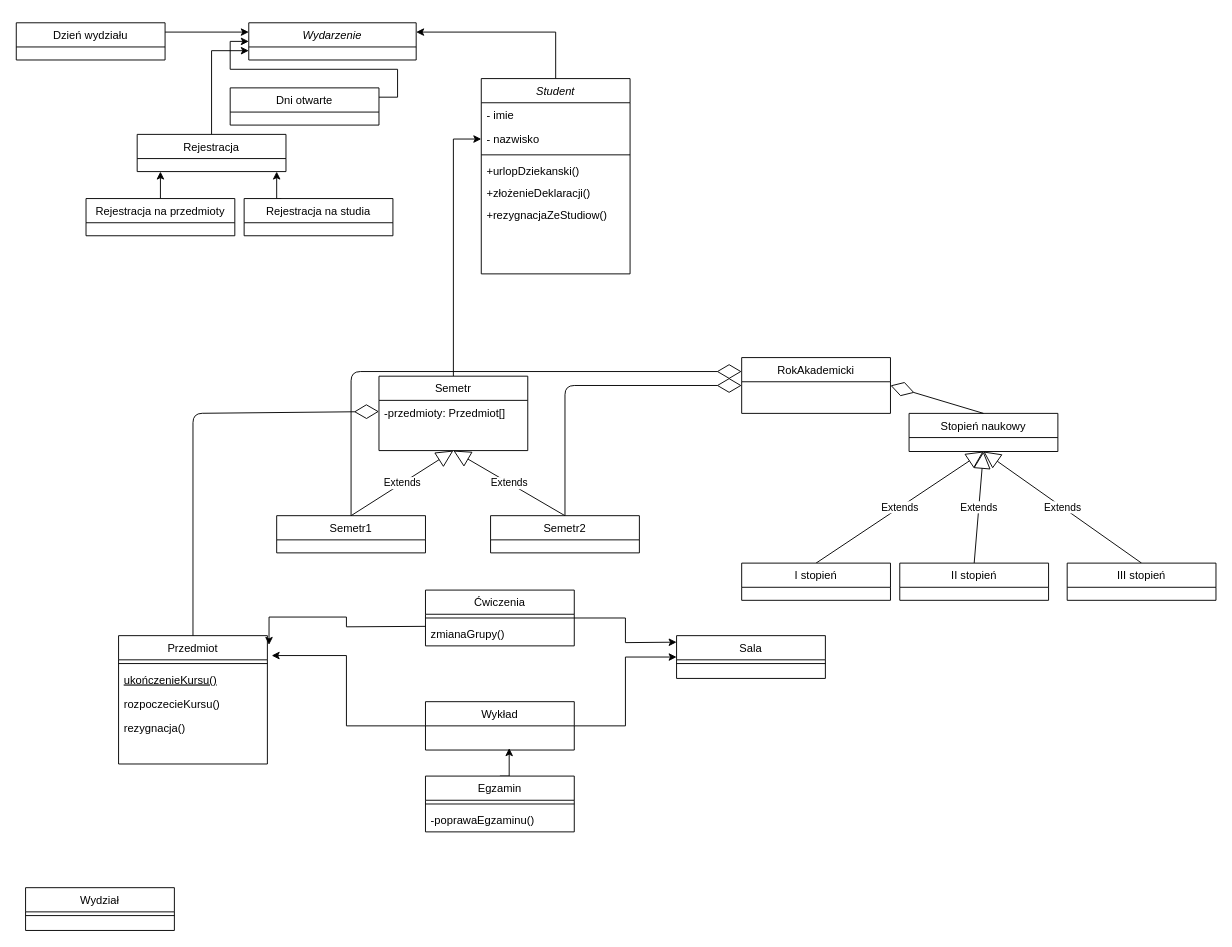
This is Diagram.drawio from nkwasniak/diagrams, a draw.io file, before an edit. Source tidied: cells renumbered, new cells numbered last; positions are measured from the earlier drawing's top-left corner, leaving out a move shared by most shapes. Both pictures are drawn from the tidied source at 93%, with x=0, y=0 at pixel (16, 22).
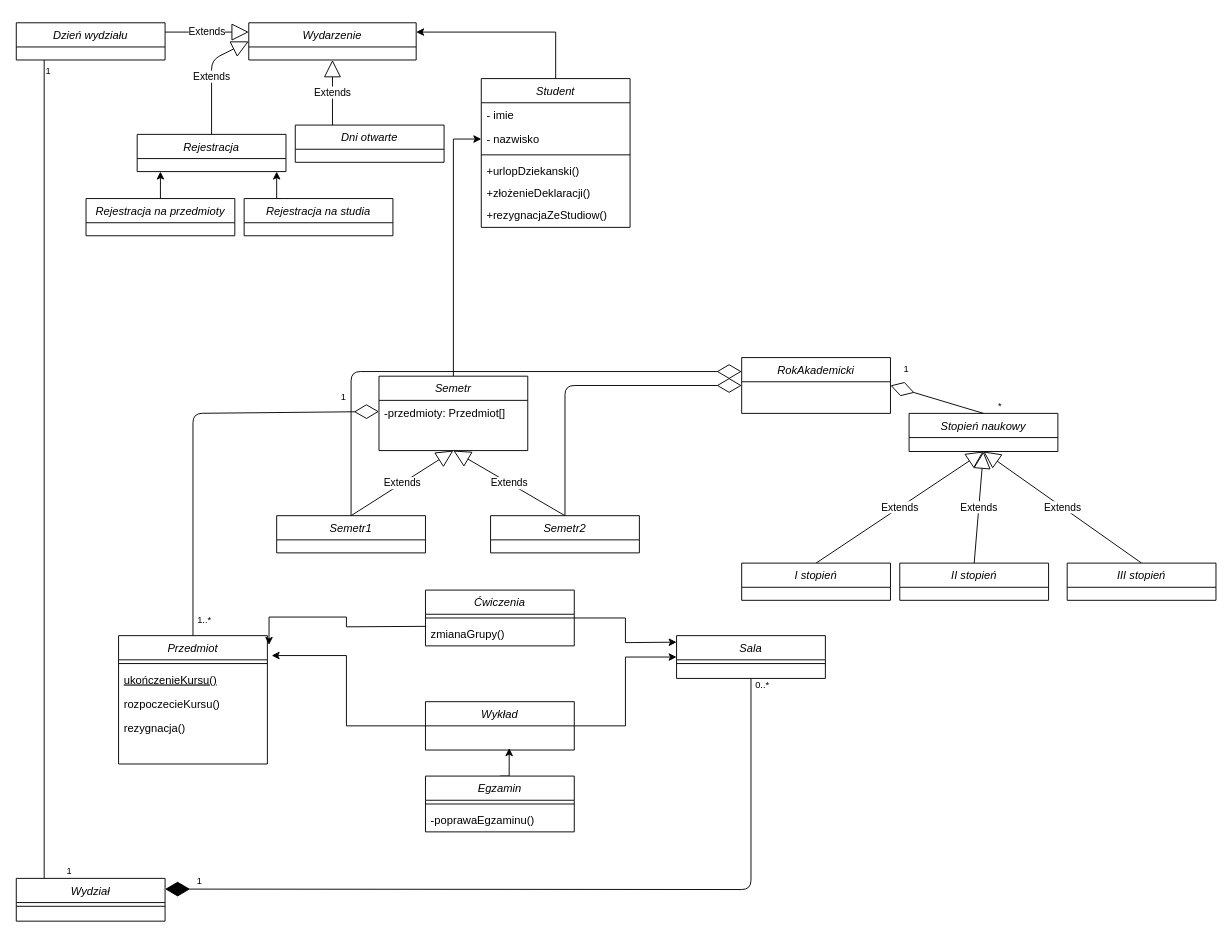
After the change.

The change refers to these unchanged cells:
```xml
<mxCell id="7" value="Wydarzenie" style="swimlane;fontStyle=2;align=center;verticalAlign=top;horizontal=1;startSize=26;rounded=0;shadow=0;strokeWidth=1;" parent="1" vertex="1">
  <mxGeometry x="250" width="180" height="40" as="geometry" />
</mxCell>
```

The edit, as a diff of the source:
```diff
@@
-    <mxCell id="9" value="Semetr" style="swimlane;fontStyle=0;align=center;verticalAlign=top;horizontal=1;startSize=26;rounded=0;shadow=0;strokeWidth=1;" parent="1" vertex="1">
+    <mxCell id="9" value="Semetr" style="swimlane;fontStyle=2;align=center;verticalAlign=top;horizontal=1;startSize=26;rounded=0;shadow=0;strokeWidth=1;" parent="1" vertex="1">
       <mxGeometry x="390" y="380" width="160" height="80" as="geometry" />
     </mxCell>
@@
-    <mxCell id="11" value="Semetr1" style="swimlane;fontStyle=0;align=center;verticalAlign=top;horizontal=1;startSize=26;rounded=0;shadow=0;strokeWidth=1;" parent="1" vertex="1">
+    <mxCell id="11" value="Semetr1" style="swimlane;fontStyle=2;align=center;verticalAlign=top;horizontal=1;startSize=26;rounded=0;shadow=0;strokeWidth=1;" parent="1" vertex="1">
       <mxGeometry x="280" y="530" width="160" height="40" as="geometry" />
     </mxCell>
@@
-    <mxCell id="14" value="Wykład" style="swimlane;fontStyle=0;align=center;verticalAlign=top;horizontal=1;startSize=26;rounded=0;shadow=0;strokeWidth=1;" parent="1" vertex="1">
+    <mxCell id="14" value="Wykład" style="swimlane;fontStyle=2;align=center;verticalAlign=top;horizontal=1;startSize=26;rounded=0;shadow=0;strokeWidth=1;" parent="1" vertex="1">
       <mxGeometry x="440" y="730" width="160" height="52" as="geometry" />
     </mxCell>
@@
     <mxCell id="16" value="Student" style="swimlane;fontStyle=2;align=center;verticalAlign=top;horizontal=1;startSize=26;rounded=0;shadow=0;strokeWidth=1;" parent="1" vertex="1">
-      <mxGeometry x="500" y="60" width="160" height="210" as="geometry" />
+      <mxGeometry x="500" y="60" width="160" height="160" as="geometry" />
     </mxCell>
@@
-    <mxCell id="23" value="Semetr2" style="swimlane;fontStyle=0;align=center;verticalAlign=top;horizontal=1;startSize=26;rounded=0;shadow=0;strokeWidth=1;" parent="1" vertex="1">
+    <mxCell id="23" value="Semetr2" style="swimlane;fontStyle=2;align=center;verticalAlign=top;horizontal=1;startSize=26;rounded=0;shadow=0;strokeWidth=1;" parent="1" vertex="1">
       <mxGeometry x="510" y="530" width="160" height="40" as="geometry" />
     </mxCell>
@@
-    <mxCell id="25" value="Ćwiczenia" style="swimlane;fontStyle=0;align=center;verticalAlign=top;horizontal=1;startSize=26;rounded=0;shadow=0;strokeWidth=1;" parent="1" vertex="1">
+    <mxCell id="25" value="Ćwiczenia" style="swimlane;fontStyle=2;align=center;verticalAlign=top;horizontal=1;startSize=26;rounded=0;shadow=0;strokeWidth=1;" parent="1" vertex="1">
       <mxGeometry x="440" y="610" width="160" height="60" as="geometry" />
     </mxCell>
@@
-    <mxCell id="28" value="Przedmiot" style="swimlane;fontStyle=0;align=center;verticalAlign=top;horizontal=1;startSize=26;rounded=0;shadow=0;strokeWidth=1;" parent="1" vertex="1">
+    <mxCell id="28" value="Przedmiot" style="swimlane;fontStyle=2;align=center;verticalAlign=top;horizontal=1;startSize=26;rounded=0;shadow=0;strokeWidth=1;" parent="1" vertex="1">
       <mxGeometry x="110" y="659" width="160" height="138" as="geometry" />
     </mxCell>
@@
-    <mxCell id="34" style="edgeStyle=orthogonalEdgeStyle;rounded=0;jettySize=auto;html=1;exitX=1;exitY=0.25;exitDx=0;exitDy=0;entryX=0;entryY=0.25;entryDx=0;entryDy=0;" parent="1" edge="1" source="35" target="7">
-      <mxGeometry relative="1" as="geometry" />
-    </mxCell>
-    <mxCell id="35" value="Dzień wydziału" style="swimlane;fontStyle=0;align=center;verticalAlign=top;horizontal=1;startSize=26;rounded=0;shadow=0;strokeWidth=1;" parent="1" vertex="1">
+    <mxCell id="35" value="Dzień wydziału" style="swimlane;fontStyle=2;align=center;verticalAlign=top;horizontal=1;startSize=26;rounded=0;shadow=0;strokeWidth=1;" parent="1" vertex="1">
       <mxGeometry width="160" height="40" as="geometry" />
     </mxCell>
-    <mxCell id="36" style="edgeStyle=orthogonalEdgeStyle;rounded=0;jettySize=auto;html=1;exitX=1;exitY=0.25;exitDx=0;exitDy=0;entryX=0;entryY=0.5;entryDx=0;entryDy=0;" parent="1" edge="1" source="50" target="7">
-      <mxGeometry relative="1" as="geometry" />
-    </mxCell>
-    <mxCell id="37" value="Stopień naukowy" style="swimlane;fontStyle=0;align=center;verticalAlign=top;horizontal=1;startSize=26;rounded=0;shadow=0;strokeWidth=1;" parent="1" vertex="1">
+    <mxCell id="37" value="Stopień naukowy" style="swimlane;fontStyle=2;align=center;verticalAlign=top;horizontal=1;startSize=26;rounded=0;shadow=0;strokeWidth=1;" parent="1" vertex="1">
       <mxGeometry x="960" y="420" width="160" height="41" as="geometry" />
     </mxCell>
-    <mxCell id="38" value="II stopień" style="swimlane;fontStyle=0;align=center;verticalAlign=top;horizontal=1;startSize=26;rounded=0;shadow=0;strokeWidth=1;" parent="1" vertex="1">
+    <mxCell id="38" value="II stopień" style="swimlane;fontStyle=2;align=center;verticalAlign=top;horizontal=1;startSize=26;rounded=0;shadow=0;strokeWidth=1;" parent="1" vertex="1">
       <mxGeometry x="950" y="581" width="160" height="40" as="geometry" />
     </mxCell>
-    <mxCell id="39" value="III stopień" style="swimlane;fontStyle=0;align=center;verticalAlign=top;horizontal=1;startSize=26;rounded=0;shadow=0;strokeWidth=1;" parent="1" vertex="1">
+    <mxCell id="39" value="III stopień" style="swimlane;fontStyle=2;align=center;verticalAlign=top;horizontal=1;startSize=26;rounded=0;shadow=0;strokeWidth=1;" parent="1" vertex="1">
       <mxGeometry x="1130" y="581" width="160" height="40" as="geometry" />
     </mxCell>
-    <mxCell id="40" value="I stopień" style="swimlane;fontStyle=0;align=center;verticalAlign=top;horizontal=1;startSize=26;rounded=0;shadow=0;strokeWidth=1;" parent="1" vertex="1">
+    <mxCell id="40" value="I stopień" style="swimlane;fontStyle=2;align=center;verticalAlign=top;horizontal=1;startSize=26;rounded=0;shadow=0;strokeWidth=1;" parent="1" vertex="1">
       <mxGeometry x="780" y="581" width="160" height="40" as="geometry" />
     </mxCell>
@@
-    <mxCell id="42" value="RokAkademicki" style="swimlane;fontStyle=0;align=center;verticalAlign=top;horizontal=1;startSize=26;rounded=0;shadow=0;strokeWidth=1;" parent="1" vertex="1">
+    <mxCell id="42" value="RokAkademicki" style="swimlane;fontStyle=2;align=center;verticalAlign=top;horizontal=1;startSize=26;rounded=0;shadow=0;strokeWidth=1;" parent="1" vertex="1">
       <mxGeometry x="780" y="360" width="160" height="60" as="geometry" />
     </mxCell>
@@
-    <mxCell id="48" value="Rejestracja na przedmioty" style="swimlane;fontStyle=0;align=center;verticalAlign=top;horizontal=1;startSize=26;rounded=0;shadow=0;strokeWidth=1;" parent="1" vertex="1">
+    <mxCell id="48" value="Rejestracja na przedmioty" style="swimlane;fontStyle=2;align=center;verticalAlign=top;horizontal=1;startSize=26;rounded=0;shadow=0;strokeWidth=1;" parent="1" vertex="1">
       <mxGeometry x="75" y="189" width="160" height="40" as="geometry" />
     </mxCell>
-    <mxCell id="49" value="Rejestracja na studia&#10;" style="swimlane;fontStyle=0;align=center;verticalAlign=top;horizontal=1;startSize=26;rounded=0;shadow=0;strokeWidth=1;" parent="1" vertex="1">
+    <mxCell id="49" value="Rejestracja na studia&#10;" style="swimlane;fontStyle=2;align=center;verticalAlign=top;horizontal=1;startSize=26;rounded=0;shadow=0;strokeWidth=1;" parent="1" vertex="1">
       <mxGeometry x="245" y="189" width="160" height="40" as="geometry" />
     </mxCell>
-    <mxCell id="50" value="Dni otwarte" style="swimlane;fontStyle=0;align=center;verticalAlign=top;horizontal=1;startSize=26;rounded=0;shadow=0;strokeWidth=1;" parent="1" vertex="1">
-      <mxGeometry x="230" y="70" width="160" height="40" as="geometry" />
-    </mxCell>
-    <mxCell id="51" style="edgeStyle=orthogonalEdgeStyle;rounded=0;jettySize=auto;html=1;exitX=0.5;exitY=0;exitDx=0;exitDy=0;entryX=0;entryY=0.75;entryDx=0;entryDy=0;" parent="1" edge="1" source="52" target="7">
-      <mxGeometry relative="1" as="geometry" />
-    </mxCell>
-    <mxCell id="52" value="Rejestracja" style="swimlane;fontStyle=0;align=center;verticalAlign=top;horizontal=1;startSize=26;rounded=0;shadow=0;strokeWidth=1;" parent="1" vertex="1">
+    <mxCell id="52" value="Rejestracja" style="swimlane;fontStyle=2;align=center;verticalAlign=top;horizontal=1;startSize=26;rounded=0;shadow=0;strokeWidth=1;" parent="1" vertex="1">
       <mxGeometry x="130" y="120" width="160" height="40" as="geometry" />
     </mxCell>
@@
-    <mxCell id="54" value="Sala" style="swimlane;fontStyle=0;align=center;verticalAlign=top;horizontal=1;startSize=26;rounded=0;shadow=0;strokeWidth=1;" parent="1" vertex="1">
+    <mxCell id="54" value="Sala" style="swimlane;fontStyle=2;align=center;verticalAlign=top;horizontal=1;startSize=26;rounded=0;shadow=0;strokeWidth=1;" parent="1" vertex="1">
       <mxGeometry x="710" y="659" width="160" height="46" as="geometry" />
     </mxCell>
@@
-    <mxCell id="56" value="Egzamin" style="swimlane;fontStyle=0;align=center;verticalAlign=top;horizontal=1;startSize=26;rounded=0;shadow=0;strokeWidth=1;" parent="1" vertex="1">
+    <mxCell id="56" value="Egzamin" style="swimlane;fontStyle=2;align=center;verticalAlign=top;horizontal=1;startSize=26;rounded=0;shadow=0;strokeWidth=1;" parent="1" vertex="1">
       <mxGeometry x="440" y="810" width="160" height="60" as="geometry" />
     </mxCell>
@@
+    <mxCell id="61" style="endArrow=none;html=1;edgeStyle=orthogonalEdgeStyle;" parent="1" edge="1">
+      <mxGeometry relative="1" as="geometry">
+        <mxPoint x="30" y="40" as="sourcePoint" />
+        <mxPoint x="30" y="920" as="targetPoint" />
+        <Array as="points">
+          <mxPoint x="30" y="40" />
+        </Array>
+      </mxGeometry>
+    </mxCell>
+    <mxCell id="62" value="1" style="html=1;align=left;verticalAlign=bottom;labelBackgroundColor=#ffffff;fontSize=10;" parent="61" vertex="1">
+      <mxGeometry x="-1" relative="1" as="geometry">
+        <mxPoint y="20" as="offset" />
+      </mxGeometry>
+    </mxCell>
+    <mxCell id="63" value="1" style="html=1;align=right;verticalAlign=bottom;labelBackgroundColor=#ffffff;fontSize=10;" parent="61" vertex="1">
+      <mxGeometry x="1" relative="1" as="geometry">
+        <mxPoint x="30" as="offset" />
+      </mxGeometry>
+    </mxCell>
+    <mxCell id="50" value="Dni otwarte" style="swimlane;fontStyle=2;align=center;verticalAlign=top;horizontal=1;startSize=26;rounded=0;shadow=0;strokeWidth=1;" parent="1" vertex="1">
+      <mxGeometry x="300" y="110" width="160" height="40" as="geometry" />
+    </mxCell>
-    <mxCell id="59" value="Wydział" style="swimlane;fontStyle=0;align=center;verticalAlign=top;horizontal=1;startSize=26;rounded=0;shadow=0;strokeWidth=1;" parent="1" vertex="1">
-      <mxGeometry x="10" y="930" width="160" height="46" as="geometry" />
+    <mxCell id="59" value="Wydział" style="swimlane;fontStyle=2;align=center;verticalAlign=top;horizontal=1;startSize=26;rounded=0;shadow=0;strokeWidth=1;" parent="1" vertex="1">
+      <mxGeometry y="920" width="160" height="46" as="geometry" />
     </mxCell>
@@
+    <mxCell id="64" style="endArrow=diamondThin;endFill=1;endSize=24;html=1;entryX=1;entryY=0.25;entryDx=0;entryDy=0;exitX=0.5;exitY=1;exitDx=0;exitDy=0;" parent="1" edge="1" source="54" target="59">
+      <mxGeometry relative="1" as="geometry">
+        <Array as="points">
+          <mxPoint x="790" y="932" />
+        </Array>
+      </mxGeometry>
+    </mxCell>
+    <mxCell id="65" value="1" style="html=1;align=right;verticalAlign=bottom;labelBackgroundColor=#ffffff;fontSize=10;" parent="1" vertex="1">
+      <mxGeometry x="170" y="930" as="geometry">
+        <mxPoint x="30" as="offset" />
+      </mxGeometry>
+    </mxCell>
+    <mxCell id="66" value="0..*" style="html=1;align=right;verticalAlign=bottom;labelBackgroundColor=#ffffff;fontSize=10;" parent="1" vertex="1">
+      <mxGeometry x="780" y="720" as="geometry">
+        <mxPoint x="30" as="offset" />
+      </mxGeometry>
+    </mxCell>
+    <mxCell id="67" value="1" style="html=1;align=right;verticalAlign=bottom;labelBackgroundColor=#ffffff;fontSize=10;" parent="1" vertex="1">
+      <mxGeometry x="930" y="380" as="geometry">
+        <mxPoint x="30" as="offset" />
+      </mxGeometry>
+    </mxCell>
+    <mxCell id="68" value="*" style="html=1;align=right;verticalAlign=bottom;labelBackgroundColor=#ffffff;fontSize=10;" parent="1" vertex="1">
+      <mxGeometry x="1030" y="420" as="geometry">
+        <mxPoint x="30" as="offset" />
+      </mxGeometry>
+    </mxCell>
+    <mxCell id="69" value="1..*" style="html=1;align=right;verticalAlign=bottom;labelBackgroundColor=#ffffff;fontSize=10;" parent="1" vertex="1">
+      <mxGeometry x="180" y="650" as="geometry">
+        <mxPoint x="30" as="offset" />
+      </mxGeometry>
+    </mxCell>
+    <mxCell id="70" value="1" style="html=1;align=right;verticalAlign=bottom;labelBackgroundColor=#ffffff;fontSize=10;" parent="1" vertex="1">
+      <mxGeometry x="325" y="410" as="geometry">
+        <mxPoint x="30" as="offset" />
+      </mxGeometry>
+    </mxCell>
+    <mxCell id="34" value="Extends" style="endArrow=block;endSize=16;endFill=0;html=1;exitX=1;exitY=0.25;exitDx=0;exitDy=0;entryX=0;entryY=0.25;entryDx=0;entryDy=0;" parent="1" edge="1" source="35" target="7">
+      <mxGeometry relative="1" as="geometry" />
+    </mxCell>
+    <mxCell id="51" value="Extends" style="endArrow=block;endSize=16;endFill=0;html=1;exitX=0.5;exitY=0;exitDx=0;exitDy=0;entryX=0;entryY=0.5;entryDx=0;entryDy=0;" parent="1" edge="1" source="52" target="7">
+      <mxGeometry relative="1" as="geometry">
+        <Array as="points">
+          <mxPoint x="210" y="40" />
+        </Array>
+      </mxGeometry>
+    </mxCell>
+    <mxCell id="36" value="Extends" style="endArrow=block;endSize=16;endFill=0;html=1;entryX=0.5;entryY=1;entryDx=0;entryDy=0;exitX=0.25;exitY=0;exitDx=0;exitDy=0;" parent="1" edge="1" source="50" target="7">
+      <mxGeometry relative="1" as="geometry" />
+    </mxCell>
```
